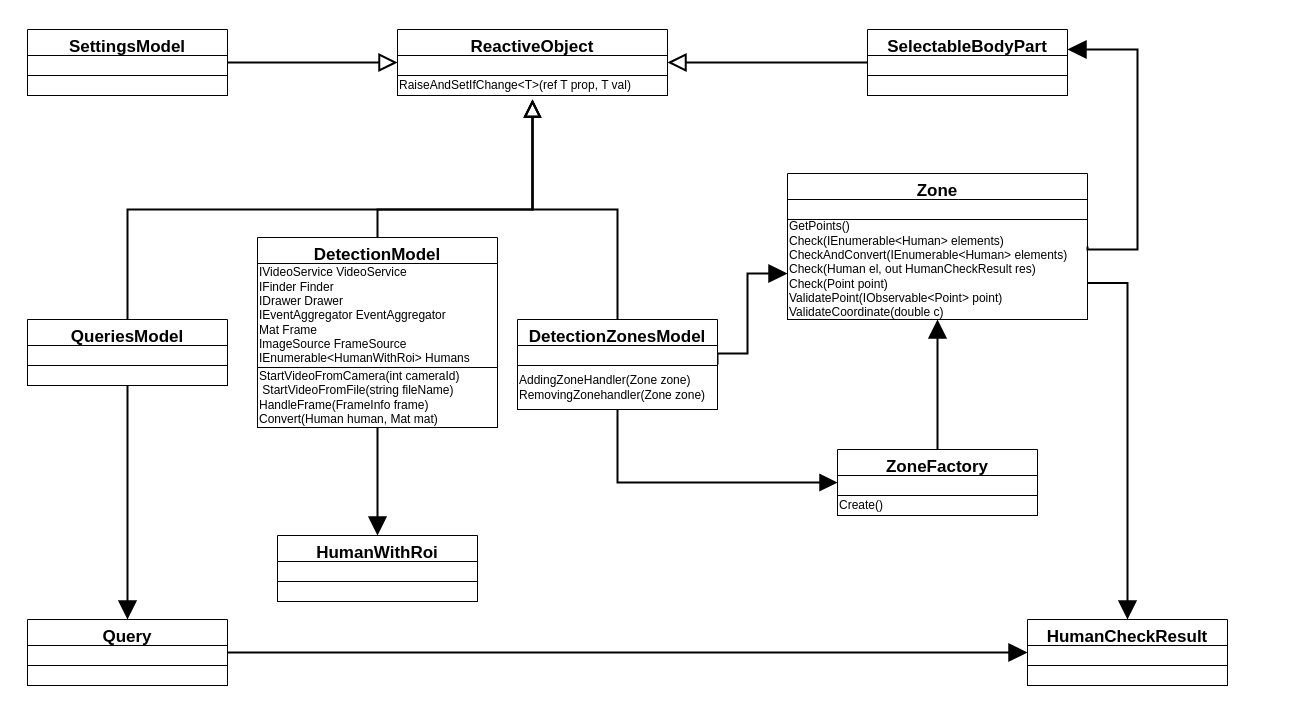
The draw.io diagram page "Models" (1 of 11) of Engineering/Packets-detailed.drawio in GoldGreen/Skeletonization, before the edit. Source tidied: cells renumbered, new cells numbered last; positions are measured from the earlier drawing's top-left corner, leaving out a move shared by most shapes. Both pictures are drawn from the tidied source at 100%, with x=0, y=0 at pixel (27, 29).
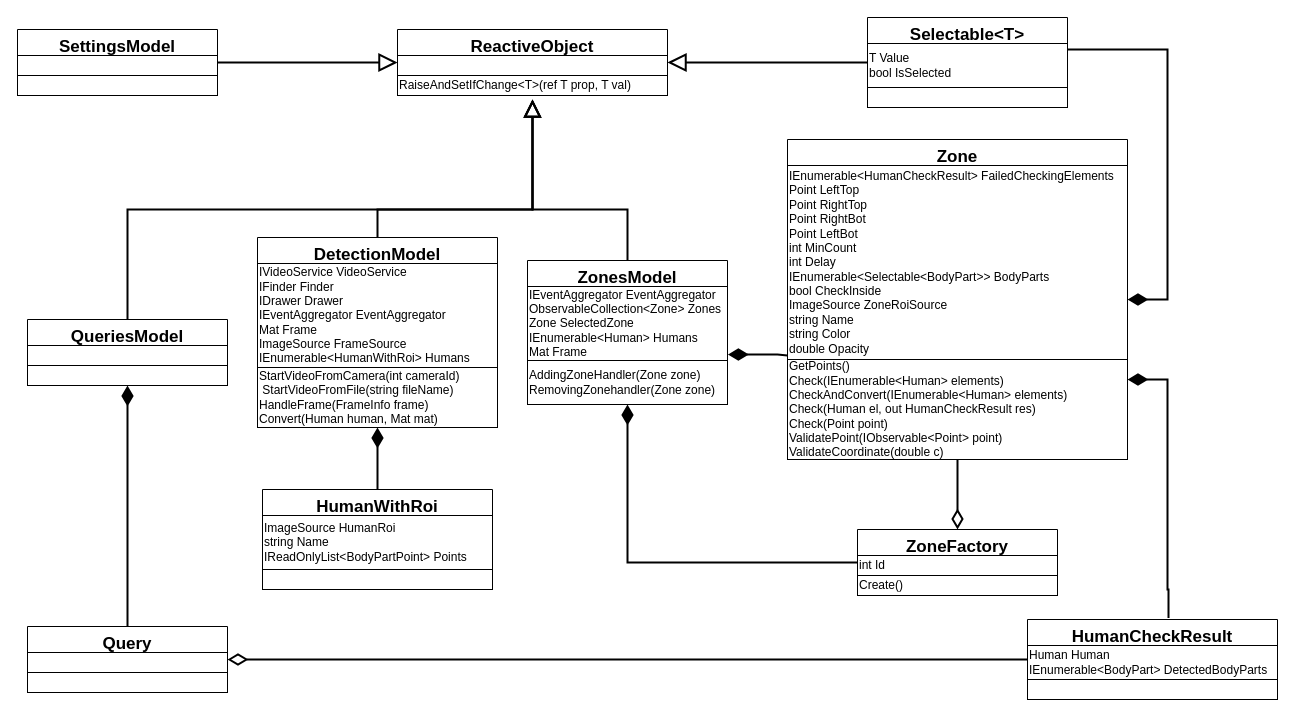
Above is the later version.

The change refers to these unchanged cells:
```xml
<mxCell id="24" value="DetectionModel" style="swimlane;fontStyle=1;align=center;verticalAlign=top;horizontal=1;startSize=26;fontSize=17;" parent="1" vertex="1">
  <mxGeometry x="230" y="208" width="240" height="190" as="geometry" />
</mxCell>
<mxCell id="34" value="QueriesModel" style="swimlane;fontStyle=1;align=center;verticalAlign=top;horizontal=1;startSize=26;fontSize=17;" parent="1" vertex="1">
  <mxGeometry y="290" width="200" height="66" as="geometry" />
</mxCell>
```

Change to the diagram source:
```diff
@@
-    <mxCell id="5" value=" " style="edgeStyle=orthogonalEdgeStyle;rounded=0;jettySize=auto;html=1;exitX=1;exitY=0.5;exitDx=0;exitDy=0;entryX=0;entryY=0;entryDx=0;entryDy=0;fontSize=17;endArrow=block;endFill=1;startSize=6;endSize=14;strokeWidth=2;" parent="1" edge="1" source="10">
+    <mxCell id="5" value=" " style="edgeStyle=orthogonalEdgeStyle;rounded=0;jettySize=auto;html=1;exitX=1.002;exitY=0.919;exitDx=0;exitDy=0;entryX=0;entryY=0.979;entryDx=0;entryDy=0;fontSize=17;endArrow=none;endFill=0;startSize=15;endSize=14;strokeWidth=2;exitPerimeter=0;entryPerimeter=0;startArrow=diamondThin;startFill=1;" parent="1" edge="1" source="11" target="28">
       <mxGeometry relative="1" as="geometry">
-        <mxPoint x="760" y="244" as="targetPoint" />
         <Array as="points">
-          <mxPoint x="690" y="324" />
-          <mxPoint x="720" y="324" />
-          <mxPoint x="720" y="244" />
+          <mxPoint x="750" y="326" />
         </Array>
       </mxGeometry>
     </mxCell>
-    <mxCell id="6" value=" " style="edgeStyle=orthogonalEdgeStyle;rounded=0;jettySize=auto;html=1;exitX=1;exitY=0.75;exitDx=0;exitDy=0;fontSize=17;endArrow=block;endFill=1;startSize=6;endSize=14;strokeWidth=2;entryX=0.5;entryY=0;entryDx=0;entryDy=0;" parent="1" edge="1" source="27" target="40">
-      <mxGeometry relative="1" as="geometry" />
+    <mxCell id="6" value=" " style="edgeStyle=orthogonalEdgeStyle;rounded=0;jettySize=auto;html=1;exitX=1;exitY=0.75;exitDx=0;exitDy=0;fontSize=17;endArrow=none;endFill=0;startSize=15;endSize=14;strokeWidth=2;entryX=0.564;entryY=-0.019;entryDx=0;entryDy=0;entryPerimeter=0;startArrow=diamondThin;startFill=1;" parent="1" edge="1" source="27" target="40">
+      <mxGeometry relative="1" as="geometry">
+        <Array as="points">
+          <mxPoint x="1140" y="350" />
+          <mxPoint x="1140" y="560" />
+          <mxPoint x="1141" y="560" />
+        </Array>
+      </mxGeometry>
     </mxCell>
     <mxCell id="7" style="edgeStyle=orthogonalEdgeStyle;rounded=0;jettySize=auto;html=1;exitX=0.5;exitY=0;exitDx=0;exitDy=0;fontFamily=Helvetica;fontSize=12;fontColor=default;endArrow=block;endFill=0;startSize=26;endSize=13;strokeWidth=2;entryX=0.5;entryY=1;entryDx=0;entryDy=0;" parent="1" edge="1" source="10">
       <mxGeometry relative="1" as="geometry">
         <mxPoint x="505" y="70" as="targetPoint" />
         <Array as="points">
-          <mxPoint x="590" y="180" />
+          <mxPoint x="600" y="180" />
           <mxPoint x="505" y="180" />
         </Array>
       </mxGeometry>
     </mxCell>
@@
-    <mxCell id="9" value=" " style="edgeStyle=orthogonalEdgeStyle;rounded=0;jettySize=auto;html=1;exitX=0.5;exitY=1;exitDx=0;exitDy=0;entryX=0;entryY=0.5;entryDx=0;entryDy=0;fontFamily=Helvetica;fontSize=18;fontColor=default;endArrow=block;endFill=1;startSize=26;endSize=13;strokeWidth=2;" parent="1" edge="1" source="10" target="14">
+    <mxCell id="9" value=" " style="edgeStyle=orthogonalEdgeStyle;rounded=0;jettySize=auto;html=1;exitX=0.5;exitY=1;exitDx=0;exitDy=0;entryX=0;entryY=0.5;entryDx=0;entryDy=0;fontFamily=Helvetica;fontSize=18;fontColor=default;endArrow=none;endFill=0;startSize=15;endSize=13;strokeWidth=2;startArrow=diamondThin;startFill=1;" parent="1" edge="1" source="10" target="14">
       <mxGeometry relative="1" as="geometry" />
     </mxCell>
-    <mxCell id="10" value="DetectionZonesModel" style="swimlane;fontStyle=1;align=center;verticalAlign=top;horizontal=1;startSize=26;fontSize=17;" parent="1" vertex="1">
-      <mxGeometry x="490" y="290" width="200" height="90" as="geometry" />
+    <mxCell id="10" value="ZonesModel" style="swimlane;fontStyle=1;align=center;verticalAlign=top;horizontal=1;startSize=26;fontSize=17;" parent="1" vertex="1">
+      <mxGeometry x="500" y="231" width="200" height="144" as="geometry" />
     </mxCell>
-    <mxCell id="11" style="rounded=0;whiteSpace=wrap;html=1;fontFamily=Helvetica;fontSize=12;fontColor=default;startSize=26;strokeColor=default;fillColor=default;align=left;" parent="10" vertex="1">
-      <mxGeometry y="26" width="200" height="20" as="geometry" />
+    <mxCell id="11" value="IEventAggregator EventAggregator&lt;br&gt;ObservableCollection&amp;lt;Zone&amp;gt; Zones&lt;br&gt;Zone SelectedZone&lt;br&gt;IEnumerable&amp;lt;Human&amp;gt; Humans&lt;br&gt;Mat Frame" style="rounded=0;whiteSpace=wrap;html=1;fontFamily=Helvetica;fontSize=12;fontColor=default;startSize=26;strokeColor=default;fillColor=default;align=left;" parent="10" vertex="1">
+      <mxGeometry y="26" width="200" height="74" as="geometry" />
     </mxCell>
     <mxCell id="12" value="AddingZoneHandler(Zone zone)&lt;br&gt;RemovingZonehandler(Zone zone)" style="rounded=0;whiteSpace=wrap;html=1;fontFamily=Helvetica;fontSize=12;fontColor=default;startSize=26;strokeColor=default;fillColor=default;align=left;" parent="10" vertex="1">
-      <mxGeometry y="46" width="200" height="44" as="geometry" />
+      <mxGeometry y="100" width="200" height="44" as="geometry" />
     </mxCell>
-    <mxCell id="13" value=" " style="edgeStyle=orthogonalEdgeStyle;rounded=0;jettySize=auto;html=1;exitX=0.5;exitY=0;exitDx=0;exitDy=0;entryX=0.5;entryY=1;entryDx=0;entryDy=0;fontSize=17;endArrow=block;endFill=1;startSize=6;endSize=14;strokeWidth=2;" parent="1" edge="1" source="14" target="27">
+    <mxCell id="13" value=" " style="edgeStyle=orthogonalEdgeStyle;rounded=0;jettySize=auto;html=1;exitX=0.5;exitY=0;exitDx=0;exitDy=0;entryX=0.5;entryY=1;entryDx=0;entryDy=0;fontSize=17;endArrow=none;endFill=0;startSize=15;endSize=14;strokeWidth=2;startArrow=diamondThin;startFill=0;" parent="1" edge="1" source="14" target="27">
       <mxGeometry relative="1" as="geometry" />
     </mxCell>
     <mxCell id="14" value="ZoneFactory" style="swimlane;fontStyle=1;align=center;verticalAlign=top;horizontal=1;startSize=26;fontSize=17;" parent="1" vertex="1">
-      <mxGeometry x="810" y="420" width="200" height="66" as="geometry" />
+      <mxGeometry x="830" y="500" width="200" height="66" as="geometry" />
     </mxCell>
-    <mxCell id="15" style="rounded=0;whiteSpace=wrap;html=1;fontFamily=Helvetica;fontSize=12;fontColor=default;startSize=26;strokeColor=default;fillColor=default;align=left;" parent="14" vertex="1">
+    <mxCell id="15" value="int Id" style="rounded=0;whiteSpace=wrap;html=1;fontFamily=Helvetica;fontSize=12;fontColor=default;startSize=26;strokeColor=default;fillColor=default;align=left;" parent="14" vertex="1">
       <mxGeometry y="26" width="200" height="20" as="geometry" />
     </mxCell>
@@
     <mxCell id="18" value="SettingsModel" style="swimlane;fontStyle=1;align=center;verticalAlign=top;horizontal=1;startSize=26;fontSize=17;" parent="1" vertex="1">
-      <mxGeometry width="200" height="66" as="geometry" />
+      <mxGeometry x="-10" width="200" height="66" as="geometry" />
     </mxCell>
@@
-    <mxCell id="21" value=" " style="edgeStyle=orthogonalEdgeStyle;rounded=0;jettySize=auto;html=1;exitX=0.5;exitY=1;exitDx=0;exitDy=0;entryX=0.5;entryY=0;entryDx=0;entryDy=0;fontSize=17;endArrow=block;endFill=1;startSize=6;endSize=14;strokeWidth=2;" parent="1" edge="1" source="24" target="37">
+    <mxCell id="21" value=" " style="edgeStyle=orthogonalEdgeStyle;rounded=0;jettySize=auto;html=1;exitX=0.5;exitY=1;exitDx=0;exitDy=0;entryX=0.5;entryY=0;entryDx=0;entryDy=0;fontSize=17;endArrow=none;endFill=0;startSize=15;endSize=14;strokeWidth=2;startArrow=diamondThin;startFill=1;" parent="1" edge="1" source="24" target="37">
       <mxGeometry relative="1" as="geometry" />
     </mxCell>
@@
     <mxCell id="27" value="Zone" style="swimlane;fontStyle=1;align=center;verticalAlign=top;horizontal=1;startSize=26;fontSize=17;" parent="1" vertex="1">
-      <mxGeometry x="760" y="144" width="300" height="146" as="geometry" />
+      <mxGeometry x="760" y="110" width="340" height="320" as="geometry" />
     </mxCell>
-    <mxCell id="28" style="rounded=0;whiteSpace=wrap;html=1;fontFamily=Helvetica;fontSize=12;fontColor=default;startSize=26;strokeColor=default;fillColor=default;align=left;" parent="27" vertex="1">
-      <mxGeometry y="26" width="300" height="20" as="geometry" />
+    <mxCell id="28" value="IEnumerable&amp;lt;HumanCheckResult&amp;gt; FailedCheckingElements&lt;br&gt;&lt;div&gt;Point LeftTop&amp;nbsp;&lt;/div&gt;&lt;div&gt;Point RightTop&lt;/div&gt;&lt;div&gt;Point RightBot&lt;/div&gt;&lt;div&gt;Point LeftBot&amp;nbsp;&lt;/div&gt;&lt;div&gt;int MinCount&lt;br&gt;&lt;/div&gt;&lt;div&gt;int Delay&lt;br&gt;&lt;/div&gt;&lt;div&gt;IEnumerable&amp;lt;Selectable&amp;lt;BodyPart&amp;gt;&amp;gt; BodyParts&lt;br&gt;&lt;/div&gt;&lt;div&gt;bool CheckInside&lt;br&gt;&lt;/div&gt;&lt;div&gt;ImageSource ZoneRoiSource&lt;br&gt;&lt;/div&gt;&lt;div&gt;string Name&lt;br&gt;&lt;/div&gt;&lt;div&gt;string Color&lt;br&gt;&lt;/div&gt;&lt;div&gt;double Opacity&lt;br&gt;&lt;/div&gt;" style="rounded=0;whiteSpace=wrap;html=1;fontFamily=Helvetica;fontSize=12;fontColor=default;startSize=26;strokeColor=default;fillColor=default;align=left;" parent="27" vertex="1">
+      <mxGeometry y="26" width="340" height="194" as="geometry" />
     </mxCell>
     <mxCell id="29" value="GetPoints()&lt;br&gt;Check(IEnumerable&amp;lt;Human&amp;gt; elements)&lt;br&gt;CheckAndConvert(IEnumerable&amp;lt;Human&amp;gt; elements)&lt;br&gt;Check(Human el, out HumanCheckResult res)&lt;br&gt;Check(Point point)&lt;br&gt;ValidatePoint(IObservable&amp;lt;Point&amp;gt; point)&lt;br&gt;ValidateCoordinate(double c)" style="rounded=0;whiteSpace=wrap;html=1;fontFamily=Helvetica;fontSize=12;fontColor=default;startSize=26;strokeColor=default;fillColor=default;align=left;" parent="27" vertex="1">
-      <mxGeometry y="46" width="300" height="100" as="geometry" />
+      <mxGeometry y="220" width="340" height="100" as="geometry" />
     </mxCell>
-    <mxCell id="30" style="edgeStyle=orthogonalEdgeStyle;rounded=0;jettySize=auto;html=1;exitX=0.5;exitY=1;exitDx=0;exitDy=0;entryX=0.5;entryY=0;entryDx=0;entryDy=0;fontSize=17;endArrow=block;endFill=1;startSize=6;endSize=14;strokeWidth=2;" parent="1" edge="1" source="34" target="50">
+    <mxCell id="30" style="edgeStyle=orthogonalEdgeStyle;rounded=0;jettySize=auto;html=1;exitX=0.5;exitY=1;exitDx=0;exitDy=0;entryX=0.5;entryY=0;entryDx=0;entryDy=0;fontSize=17;endArrow=none;endFill=0;startSize=15;endSize=14;strokeWidth=2;startArrow=diamondThin;startFill=1;" parent="1" edge="1" source="34" target="50">
       <mxGeometry relative="1" as="geometry" />
     </mxCell>
@@
     <mxCell id="37" value="HumanWithRoi" style="swimlane;fontStyle=1;align=center;verticalAlign=top;horizontal=1;startSize=26;fontSize=17;" parent="1" vertex="1">
-      <mxGeometry x="250" y="506" width="200" height="66" as="geometry" />
+      <mxGeometry x="235" y="460" width="230" height="100" as="geometry" />
     </mxCell>
-    <mxCell id="38" style="rounded=0;whiteSpace=wrap;html=1;fontFamily=Helvetica;fontSize=12;fontColor=default;startSize=26;strokeColor=default;fillColor=default;align=left;" parent="37" vertex="1">
-      <mxGeometry y="26" width="200" height="20" as="geometry" />
+    <mxCell id="38" value="ImageSource HumanRoi&lt;br&gt;string Name&lt;br&gt;IReadOnlyList&amp;lt;BodyPartPoint&amp;gt; Points" style="rounded=0;whiteSpace=wrap;html=1;fontFamily=Helvetica;fontSize=12;fontColor=default;startSize=26;strokeColor=default;fillColor=default;align=left;" parent="37" vertex="1">
+      <mxGeometry y="26" width="230" height="54" as="geometry" />
     </mxCell>
     <mxCell id="39" style="rounded=0;whiteSpace=wrap;html=1;fontFamily=Helvetica;fontSize=12;fontColor=default;startSize=26;strokeColor=default;fillColor=default;align=left;" parent="37" vertex="1">
-      <mxGeometry y="46" width="200" height="20" as="geometry" />
+      <mxGeometry y="80" width="230" height="20" as="geometry" />
     </mxCell>
     <mxCell id="40" value="HumanCheckResult" style="swimlane;fontStyle=1;align=center;verticalAlign=top;horizontal=1;startSize=26;fontSize=17;" parent="1" vertex="1">
-      <mxGeometry x="1000" y="590" width="200" height="66" as="geometry" />
+      <mxGeometry x="1000" y="590" width="250" height="80" as="geometry" />
     </mxCell>
-    <mxCell id="41" style="rounded=0;whiteSpace=wrap;html=1;fontFamily=Helvetica;fontSize=12;fontColor=default;startSize=26;strokeColor=default;fillColor=default;align=left;" parent="40" vertex="1">
-      <mxGeometry y="26" width="200" height="20" as="geometry" />
+    <mxCell id="41" value="Human Human&lt;br&gt;IEnumerable&amp;lt;BodyPart&amp;gt; DetectedBodyParts" style="rounded=0;whiteSpace=wrap;html=1;fontFamily=Helvetica;fontSize=12;fontColor=default;startSize=26;strokeColor=default;fillColor=default;align=left;" parent="40" vertex="1">
+      <mxGeometry y="26" width="250" height="34" as="geometry" />
     </mxCell>
     <mxCell id="42" style="rounded=0;whiteSpace=wrap;html=1;fontFamily=Helvetica;fontSize=12;fontColor=default;startSize=26;strokeColor=default;fillColor=default;align=left;" parent="40" vertex="1">
-      <mxGeometry y="46" width="200" height="20" as="geometry" />
+      <mxGeometry y="60" width="250" height="20" as="geometry" />
     </mxCell>
@@
-    <mxCell id="45" value="SelectableBodyPart" style="swimlane;fontStyle=1;align=center;verticalAlign=top;horizontal=1;startSize=26;fontSize=17;" parent="1" vertex="1">
-      <mxGeometry x="840" width="200" height="66" as="geometry" />
+    <mxCell id="45" value="Selectable&lt;T&gt;" style="swimlane;fontStyle=1;align=center;verticalAlign=top;horizontal=1;startSize=26;fontSize=17;" parent="1" vertex="1">
+      <mxGeometry x="840" y="-12" width="200" height="90" as="geometry" />
     </mxCell>
-    <mxCell id="46" style="rounded=0;whiteSpace=wrap;html=1;fontFamily=Helvetica;fontSize=12;fontColor=default;startSize=26;strokeColor=default;fillColor=default;align=left;" parent="45" vertex="1">
-      <mxGeometry y="26" width="200" height="20" as="geometry" />
+    <mxCell id="46" value="T Value&lt;br&gt;bool IsSelected" style="rounded=0;whiteSpace=wrap;html=1;fontFamily=Helvetica;fontSize=12;fontColor=default;startSize=26;strokeColor=default;fillColor=default;align=left;" parent="45" vertex="1">
+      <mxGeometry y="26" width="200" height="44" as="geometry" />
     </mxCell>
     <mxCell id="47" style="rounded=0;whiteSpace=wrap;html=1;fontFamily=Helvetica;fontSize=12;fontColor=default;startSize=26;strokeColor=default;fillColor=default;align=left;" parent="45" vertex="1">
-      <mxGeometry y="46" width="200" height="20" as="geometry" />
+      <mxGeometry y="70" width="200" height="20" as="geometry" />
     </mxCell>
-    <mxCell id="48" value=" " style="edgeStyle=orthogonalEdgeStyle;rounded=0;jettySize=auto;html=1;exitX=1;exitY=0.5;exitDx=0;exitDy=0;fontSize=17;endArrow=block;endFill=1;startSize=6;endSize=14;strokeWidth=2;" parent="1" edge="1" source="27">
+    <mxCell id="48" value=" " style="edgeStyle=orthogonalEdgeStyle;rounded=0;jettySize=auto;html=1;exitX=1;exitY=0.5;exitDx=0;exitDy=0;fontSize=17;endArrow=none;endFill=0;startSize=15;endSize=14;strokeWidth=2;startArrow=diamondThin;startFill=1;" parent="1" edge="1" source="27">
       <mxGeometry relative="1" as="geometry">
         <mxPoint x="1040" y="20" as="targetPoint" />
         <Array as="points">
-          <mxPoint x="1060" y="220" />
-          <mxPoint x="1110" y="220" />
-          <mxPoint x="1110" y="20" />
+          <mxPoint x="1140" y="270" />
+          <mxPoint x="1140" y="20" />
         </Array>
       </mxGeometry>
     </mxCell>
-    <mxCell id="49" value=" " style="edgeStyle=orthogonalEdgeStyle;rounded=0;jettySize=auto;html=1;exitX=1;exitY=0.5;exitDx=0;exitDy=0;entryX=0;entryY=0.5;entryDx=0;entryDy=0;fontSize=17;endArrow=block;endFill=1;startSize=6;endSize=14;strokeWidth=2;" parent="1" edge="1" source="50" target="40">
+    <mxCell id="49" value=" " style="edgeStyle=orthogonalEdgeStyle;rounded=0;jettySize=auto;html=1;exitX=1;exitY=0.5;exitDx=0;exitDy=0;entryX=0;entryY=0.5;entryDx=0;entryDy=0;fontSize=17;endArrow=none;endFill=0;startSize=15;endSize=14;strokeWidth=2;startArrow=diamondThin;startFill=0;" parent="1" edge="1" source="50" target="40">
       <mxGeometry relative="1" as="geometry" />
     </mxCell>
     <mxCell id="50" value="Query" style="swimlane;fontStyle=1;align=center;verticalAlign=top;horizontal=1;startSize=26;fontSize=17;" parent="1" vertex="1">
-      <mxGeometry y="590" width="200" height="66" as="geometry" />
+      <mxGeometry y="597" width="200" height="66" as="geometry" />
     </mxCell>
```
